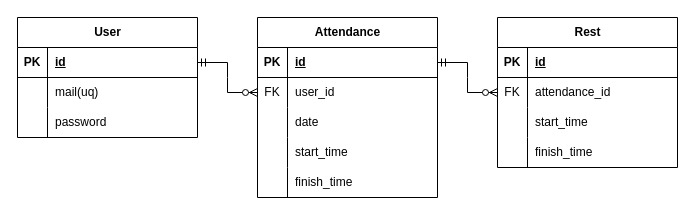
Earlier version of the draw.io diagram Rails研修課題_ER図.drawio (tomohiko-harada/training-rails-attendance-system). Source tidied: cells renumbered, new cells numbered last; positions are measured from the earlier drawing's top-left corner, leaving out a move shared by most shapes. Both pictures are drawn from the tidied source at 100%, with x=0, y=0 at pixel (17, 17).
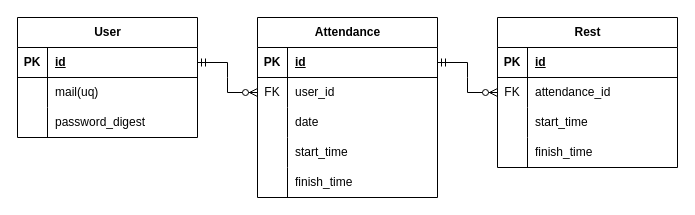
The same diagram, later.

Commit message:
Rails研修課題_ER図.drawio を更新します

The change refers to these unchanged cells:
```xml
<mxCell id="9" style="shape=tableRow;horizontal=0;startSize=0;swimlaneHead=0;swimlaneBody=0;fillColor=none;top=0;left=0;right=0;bottom=0;" parent="2" vertex="1">
  <mxGeometry y="90" width="180" height="30" as="geometry" />
</mxCell>
```

Diff of the diagram source:
```diff
@@
-    <mxCell id="11" value="password" style="shape=partialRectangle;fillColor=none;top=0;left=0;bottom=0;right=0;align=left;spacingLeft=6;overflow=hidden;whiteSpace=wrap;html=1;" parent="9" vertex="1">
+    <mxCell id="11" value="password_digest" style="shape=partialRectangle;fillColor=none;top=0;left=0;bottom=0;right=0;align=left;spacingLeft=6;overflow=hidden;whiteSpace=wrap;html=1;" parent="9" vertex="1">
       <mxGeometry x="30" width="150" height="30" as="geometry" />
     </mxCell>
```
